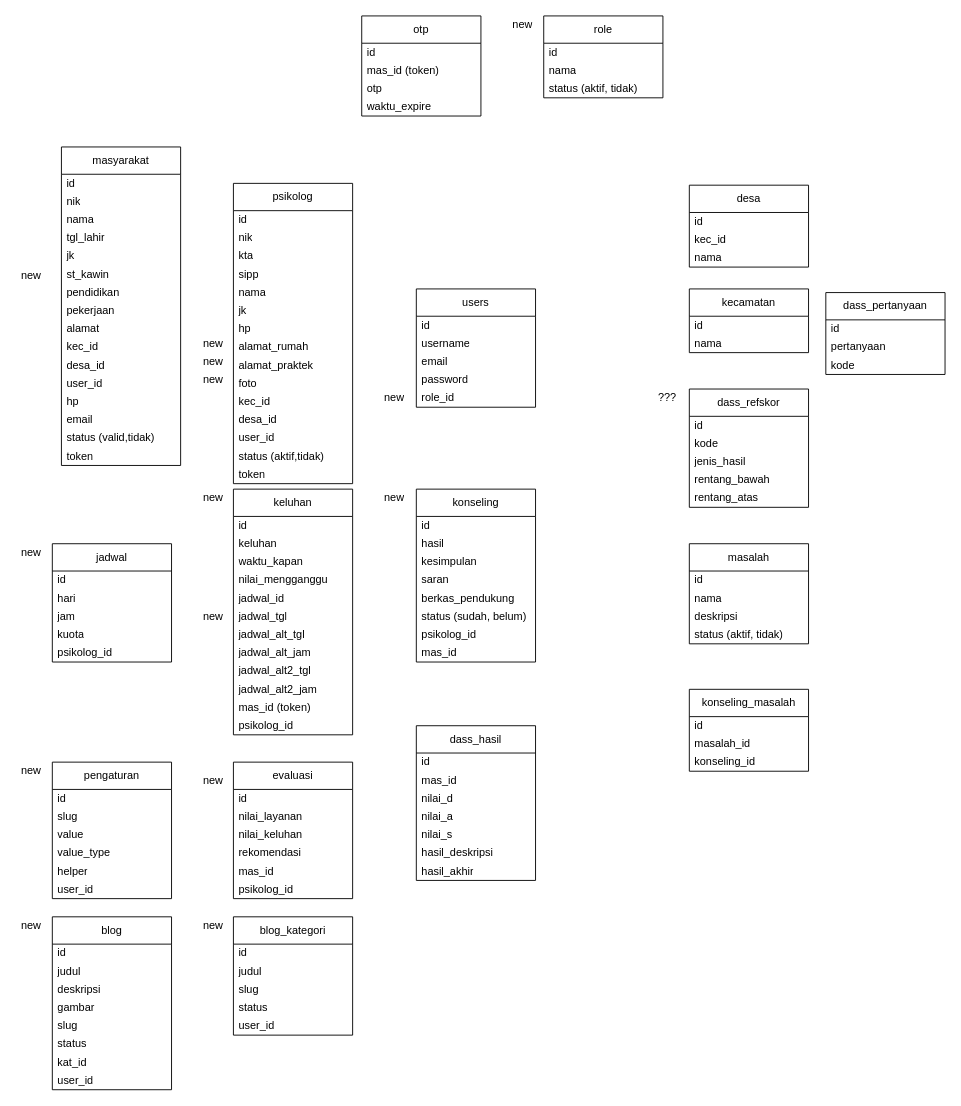
This is env_designs/erd_dmb.drawio from zeneight/drawio, a draw.io file, before an edit. Source tidied: cells renumbered, new cells numbered last; positions are measured from the earlier drawing's top-left corner, leaving out a move shared by most shapes. Both pictures are drawn from the tidied source at 91%, with x=0, y=0 at pixel (15, 15).
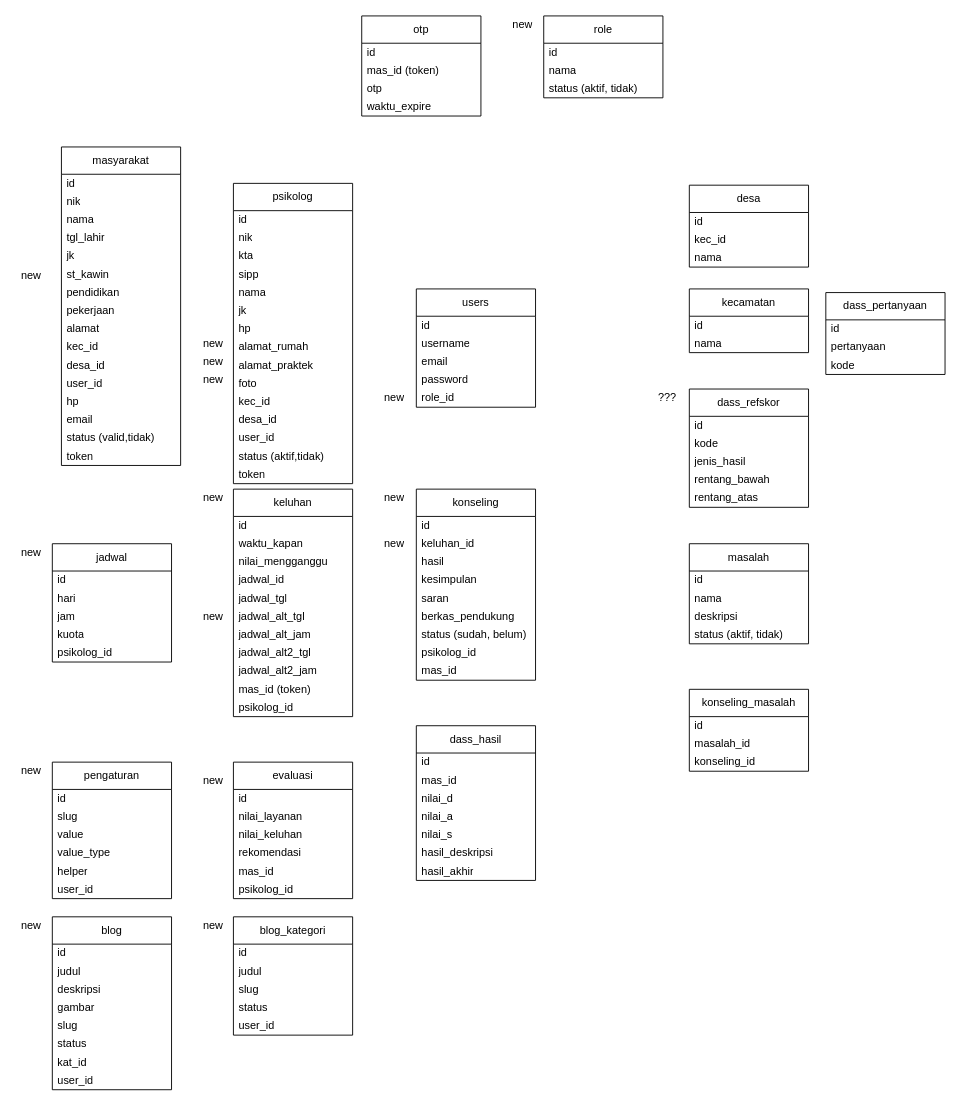
Above is the later version.

What changed in the source:
```diff
@@
     <mxCell id="47" value="keluhan" style="swimlane;fontStyle=0;horizontal=1;startSize=30;whiteSpace=wrap;html=1;" parent="1" vertex="1">
-      <mxGeometry x="239" y="520" width="131" height="270" as="geometry" />
+      <mxGeometry x="239" y="520" width="131" height="250" as="geometry" />
     </mxCell>
@@
-    <mxCell id="49" value="keluhan" style="text;strokeColor=none;fillColor=none;align=left;verticalAlign=middle;spacingLeft=4;spacingRight=4;overflow=hidden;whiteSpace=wrap;html=1;" parent="47" vertex="1">
-      <mxGeometry y="50" width="131" height="20" as="geometry" />
-    </mxCell>
     <mxCell id="50" value="waktu_kapan" style="text;strokeColor=none;fillColor=none;align=left;verticalAlign=middle;spacingLeft=4;spacingRight=4;overflow=hidden;whiteSpace=wrap;html=1;" parent="47" vertex="1">
-      <mxGeometry y="70" width="131" height="20" as="geometry" />
+      <mxGeometry y="50" width="131" height="20" as="geometry" />
     </mxCell>
     <mxCell id="51" value="nilai_mengganggu" style="text;strokeColor=none;fillColor=none;align=left;verticalAlign=middle;spacingLeft=4;spacingRight=4;overflow=hidden;whiteSpace=wrap;html=1;" parent="47" vertex="1">
-      <mxGeometry y="90" width="131" height="20" as="geometry" />
+      <mxGeometry y="70" width="131" height="20" as="geometry" />
     </mxCell>
     <mxCell id="52" value="jadwal_id" style="text;strokeColor=none;fillColor=none;align=left;verticalAlign=middle;spacingLeft=4;spacingRight=4;overflow=hidden;whiteSpace=wrap;html=1;" parent="47" vertex="1">
-      <mxGeometry y="110" width="131" height="20" as="geometry" />
+      <mxGeometry y="90" width="131" height="20" as="geometry" />
     </mxCell>
     <mxCell id="53" value="jadwal_tgl" style="text;strokeColor=none;fillColor=none;align=left;verticalAlign=middle;spacingLeft=4;spacingRight=4;overflow=hidden;whiteSpace=wrap;html=1;" parent="47" vertex="1">
-      <mxGeometry y="130" width="131" height="20" as="geometry" />
+      <mxGeometry y="110" width="131" height="20" as="geometry" />
     </mxCell>
     <mxCell id="54" value="jadwal_alt_tgl" style="text;strokeColor=none;fillColor=none;align=left;verticalAlign=middle;spacingLeft=4;spacingRight=4;overflow=hidden;whiteSpace=wrap;html=1;" parent="47" vertex="1">
-      <mxGeometry y="150" width="131" height="20" as="geometry" />
+      <mxGeometry y="130" width="131" height="20" as="geometry" />
     </mxCell>
     <mxCell id="55" value="jadwal_alt_jam" style="text;strokeColor=none;fillColor=none;align=left;verticalAlign=middle;spacingLeft=4;spacingRight=4;overflow=hidden;whiteSpace=wrap;html=1;" parent="47" vertex="1">
-      <mxGeometry y="170" width="131" height="20" as="geometry" />
+      <mxGeometry y="150" width="131" height="20" as="geometry" />
     </mxCell>
     <mxCell id="56" value="jadwal_alt2_tgl" style="text;strokeColor=none;fillColor=none;align=left;verticalAlign=middle;spacingLeft=4;spacingRight=4;overflow=hidden;whiteSpace=wrap;html=1;" parent="47" vertex="1">
-      <mxGeometry y="190" width="131" height="20" as="geometry" />
+      <mxGeometry y="170" width="131" height="20" as="geometry" />
     </mxCell>
     <mxCell id="57" value="jadwal_alt2_jam" style="text;strokeColor=none;fillColor=none;align=left;verticalAlign=middle;spacingLeft=4;spacingRight=4;overflow=hidden;whiteSpace=wrap;html=1;" parent="47" vertex="1">
-      <mxGeometry y="210" width="131" height="20" as="geometry" />
+      <mxGeometry y="190" width="131" height="20" as="geometry" />
     </mxCell>
     <mxCell id="58" value="mas_id (token)" style="text;strokeColor=none;fillColor=none;align=left;verticalAlign=middle;spacingLeft=4;spacingRight=4;overflow=hidden;whiteSpace=wrap;html=1;" parent="47" vertex="1">
-      <mxGeometry y="230" width="131" height="20" as="geometry" />
+      <mxGeometry y="210" width="131" height="20" as="geometry" />
     </mxCell>
     <mxCell id="59" value="psikolog_id" style="text;strokeColor=none;fillColor=none;align=left;verticalAlign=middle;spacingLeft=4;spacingRight=4;overflow=hidden;whiteSpace=wrap;html=1;" parent="47" vertex="1">
-      <mxGeometry y="250" width="131" height="20" as="geometry" />
+      <mxGeometry y="230" width="131" height="20" as="geometry" />
     </mxCell>
     <mxCell id="60" value="konseling" style="swimlane;fontStyle=0;horizontal=1;startSize=30;whiteSpace=wrap;html=1;" parent="1" vertex="1">
-      <mxGeometry x="440" y="520" width="131" height="190" as="geometry" />
+      <mxGeometry x="440" y="520" width="131" height="210" as="geometry" />
     </mxCell>
@@
+    <mxCell id="49" value="keluhan_id" style="text;strokeColor=none;fillColor=none;align=left;verticalAlign=middle;spacingLeft=4;spacingRight=4;overflow=hidden;whiteSpace=wrap;html=1;" parent="60" vertex="1">
+      <mxGeometry y="50" width="131" height="20" as="geometry" />
+    </mxCell>
     <mxCell id="62" value="hasil" style="text;strokeColor=none;fillColor=none;align=left;verticalAlign=middle;spacingLeft=4;spacingRight=4;overflow=hidden;whiteSpace=wrap;html=1;" parent="60" vertex="1">
-      <mxGeometry y="50" width="131" height="20" as="geometry" />
+      <mxGeometry y="70" width="131" height="20" as="geometry" />
     </mxCell>
     <mxCell id="63" value="kesimpulan" style="text;strokeColor=none;fillColor=none;align=left;verticalAlign=middle;spacingLeft=4;spacingRight=4;overflow=hidden;whiteSpace=wrap;html=1;" parent="60" vertex="1">
-      <mxGeometry y="70" width="131" height="20" as="geometry" />
+      <mxGeometry y="90" width="131" height="20" as="geometry" />
     </mxCell>
     <mxCell id="64" value="saran" style="text;strokeColor=none;fillColor=none;align=left;verticalAlign=middle;spacingLeft=4;spacingRight=4;overflow=hidden;whiteSpace=wrap;html=1;" parent="60" vertex="1">
-      <mxGeometry y="90" width="131" height="20" as="geometry" />
+      <mxGeometry y="110" width="131" height="20" as="geometry" />
     </mxCell>
     <mxCell id="65" value="berkas_pendukung" style="text;strokeColor=none;fillColor=none;align=left;verticalAlign=middle;spacingLeft=4;spacingRight=4;overflow=hidden;whiteSpace=wrap;html=1;" parent="60" vertex="1">
-      <mxGeometry y="110" width="131" height="20" as="geometry" />
+      <mxGeometry y="130" width="131" height="20" as="geometry" />
     </mxCell>
     <mxCell id="66" value="status (sudah, belum)" style="text;strokeColor=none;fillColor=none;align=left;verticalAlign=middle;spacingLeft=4;spacingRight=4;overflow=hidden;whiteSpace=wrap;html=1;" parent="60" vertex="1">
-      <mxGeometry y="130" width="131" height="20" as="geometry" />
+      <mxGeometry y="150" width="131" height="20" as="geometry" />
     </mxCell>
     <mxCell id="67" value="psikolog_id" style="text;strokeColor=none;fillColor=none;align=left;verticalAlign=middle;spacingLeft=4;spacingRight=4;overflow=hidden;whiteSpace=wrap;html=1;" parent="60" vertex="1">
-      <mxGeometry y="150" width="131" height="20" as="geometry" />
+      <mxGeometry y="170" width="131" height="20" as="geometry" />
     </mxCell>
     <mxCell id="68" value="mas_id" style="text;strokeColor=none;fillColor=none;align=left;verticalAlign=middle;spacingLeft=4;spacingRight=4;overflow=hidden;whiteSpace=wrap;html=1;" parent="60" vertex="1">
-      <mxGeometry y="170" width="131" height="20" as="geometry" />
+      <mxGeometry y="190" width="131" height="20" as="geometry" />
     </mxCell>
@@
+    <mxCell id="156" value="new" style="text;strokeColor=none;fillColor=none;align=left;verticalAlign=middle;spacingLeft=4;spacingRight=4;overflow=hidden;whiteSpace=wrap;html=1;" parent="1" vertex="1">
+      <mxGeometry x="399" y="570" width="50" height="20" as="geometry" />
+    </mxCell>
```
